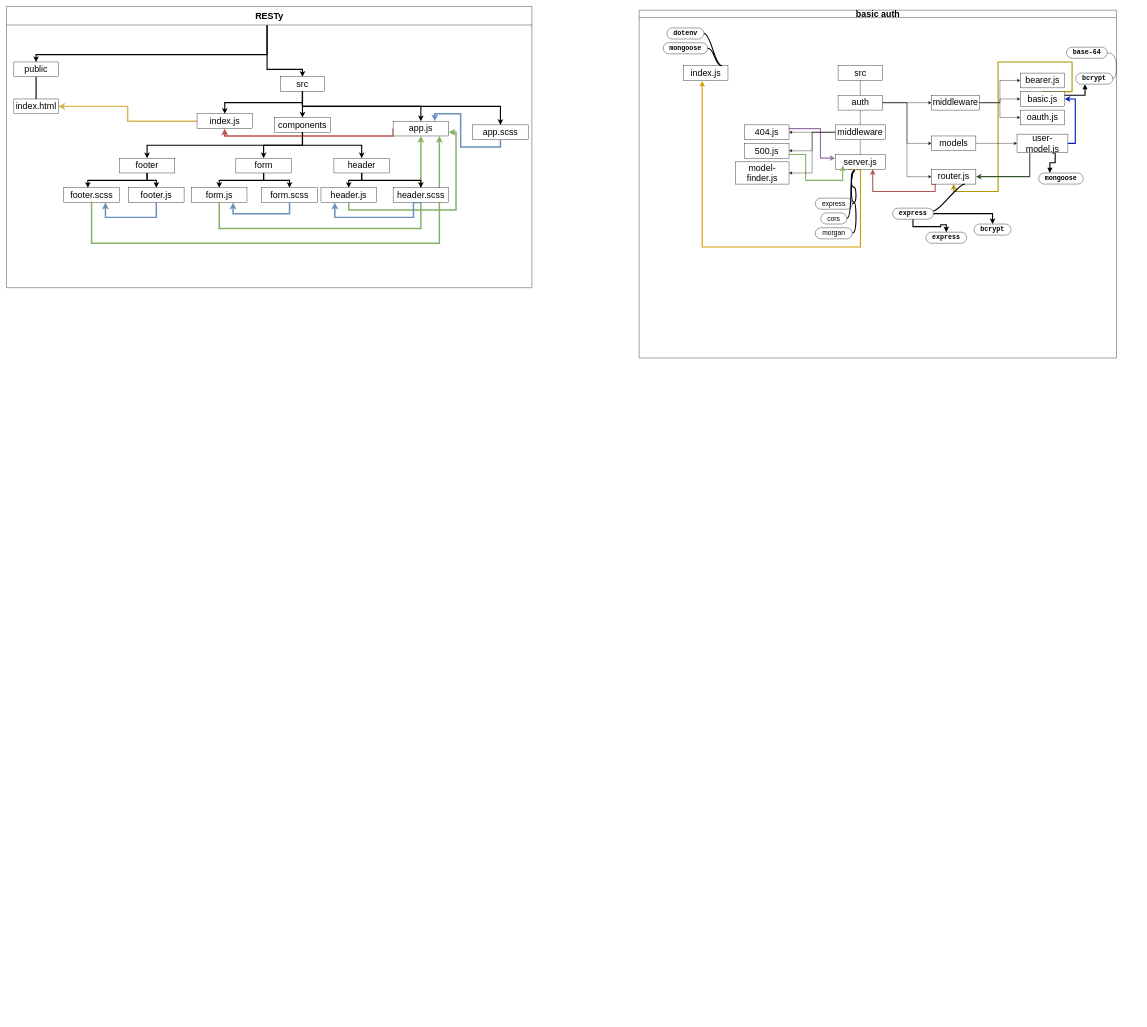
shadykh/uml keeps this draw.io diagram as page "Page-1" (1 of 11) of Untitled Diagram.drawio. Above is the earlier version. Source tidied: cells renumbered, new cells numbered last; positions are measured from the earlier drawing's top-left corner, leaving out a move shared by most shapes. Both pictures are drawn from the tidied source at 37%, with x=0, y=0 at pixel (6, 6).
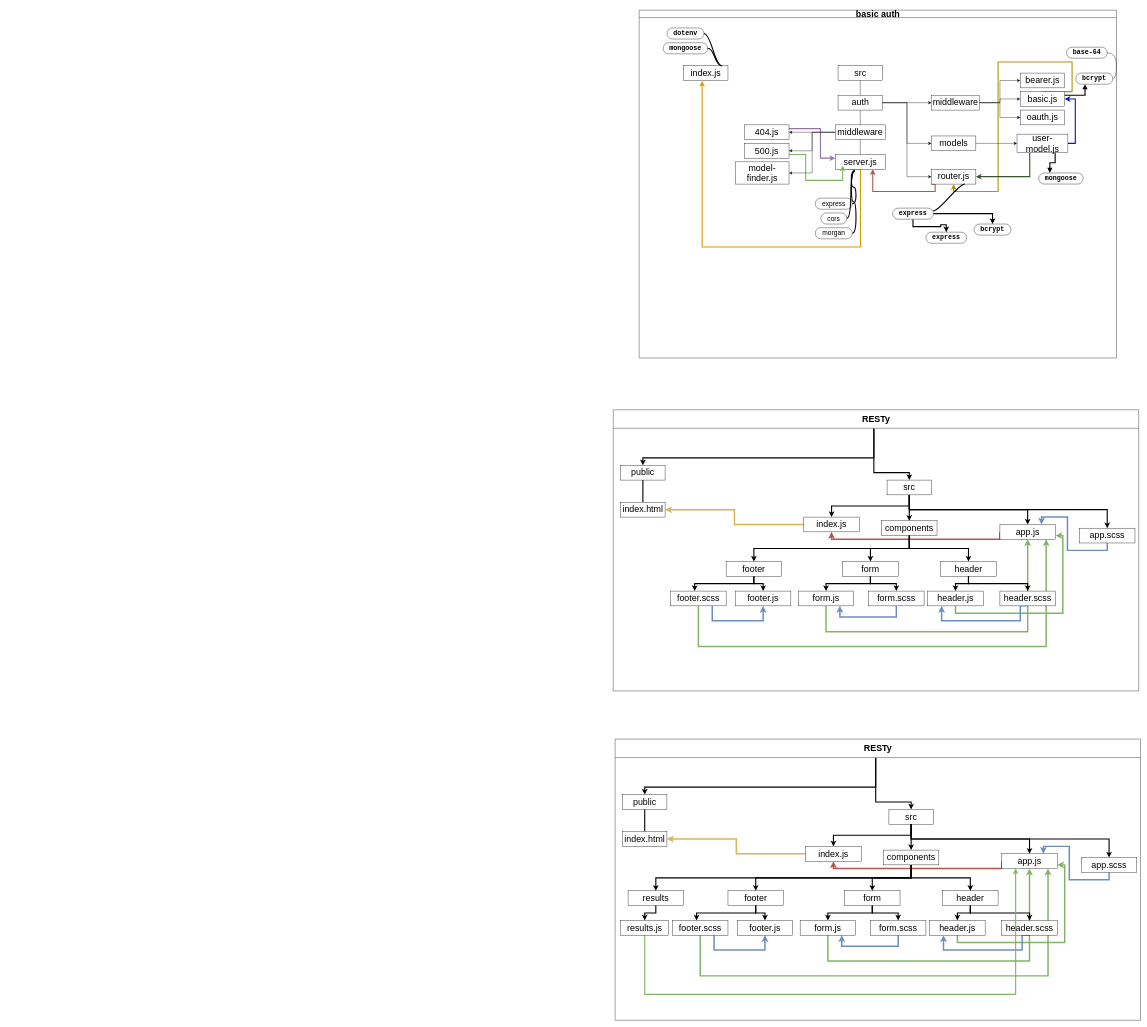
The same page after the edit.

Unchanged cells that the change refers to:
```xml
<mxCell id="94" value="&lt;span style=&quot;font-size: 24px&quot;&gt;footer.js&lt;/span&gt;" style="whiteSpace=wrap;html=1;newEdgeStyle={&quot;edgeStyle&quot;:&quot;elbowEdgeStyle&quot;,&quot;startArrow&quot;:&quot;none&quot;,&quot;endArrow&quot;:&quot;none&quot;};" parent="60" vertex="1">
  <mxGeometry x="330" y="490" width="150" height="40" as="geometry" />
</mxCell>
<mxCell id="96" value="&lt;span style=&quot;font-size: 24px&quot;&gt;footer.scss&lt;/span&gt;" style="whiteSpace=wrap;html=1;newEdgeStyle={&quot;edgeStyle&quot;:&quot;elbowEdgeStyle&quot;,&quot;startArrow&quot;:&quot;none&quot;,&quot;endArrow&quot;:&quot;none&quot;};" parent="60" vertex="1">
  <mxGeometry x="155" y="490" width="150" height="40" as="geometry" />
</mxCell>
```

The edit, as a diff of the source:
```diff
@@
     <mxCell id="60" value="&lt;span style=&quot;font-size: 24px&quot;&gt;RESTy&lt;/span&gt;" style="swimlane;html=1;startSize=50;horizontal=1;containerType=tree;" parent="1" vertex="1">
-      <mxGeometry width="1420" height="760" as="geometry" />
+      <mxGeometry x="1640" y="1090" width="1420" height="760" as="geometry" />
     </mxCell>
@@
-    <mxCell id="93" style="edgeStyle=orthogonalEdgeStyle;rounded=0;jettySize=auto;html=1;exitX=0.5;exitY=1;exitDx=0;exitDy=0;entryX=0.75;entryY=1;entryDx=0;entryDy=0;startArrow=none;startFill=0;endArrow=classic;endFill=1;strokeWidth=4;fillColor=#dae8fc;strokeColor=#6c8ebf;" parent="60" edge="1" source="94" target="96">
+    <mxCell id="93" style="edgeStyle=orthogonalEdgeStyle;rounded=0;jettySize=auto;html=1;exitX=0.5;exitY=1;exitDx=0;exitDy=0;entryX=0.75;entryY=1;entryDx=0;entryDy=0;startArrow=classic;startFill=1;endArrow=none;endFill=0;strokeWidth=4;fillColor=#dae8fc;strokeColor=#6c8ebf;" parent="60" edge="1" source="94" target="96">
       <mxGeometry relative="1" as="geometry">
         <Array as="points">
           <mxPoint x="405" y="570" />
           <mxPoint x="268" y="570" />
         </Array>
       </mxGeometry>
     </mxCell>
@@
+    <mxCell id="102" value="&lt;span style=&quot;font-size: 24px&quot;&gt;RESTy&lt;/span&gt;" style="swimlane;html=1;startSize=50;horizontal=1;containerType=tree;" parent="1" vertex="1">
+      <mxGeometry x="1645" y="1980" width="1420" height="760" as="geometry" />
+    </mxCell>
+    <mxCell id="103" style="edgeStyle=orthogonalEdgeStyle;rounded=0;jettySize=auto;html=1;exitX=0.5;exitY=1;exitDx=0;exitDy=0;startArrow=none;startFill=0;endArrow=classic;endFill=1;strokeWidth=4;fillColor=#d5e8d4;strokeColor=#82b366;entryX=0.833;entryY=1;entryDx=0;entryDy=0;entryPerimeter=0;" parent="102" edge="1" source="138" target="113">
+      <mxGeometry relative="1" as="geometry">
+        <Array as="points">
+          <mxPoint x="230" y="640" />
+          <mxPoint x="1170" y="640" />
+        </Array>
+      </mxGeometry>
+    </mxCell>
+    <mxCell id="104" style="edgeStyle=orthogonalEdgeStyle;rounded=0;jettySize=auto;html=1;exitX=0.5;exitY=1;exitDx=0;exitDy=0;startArrow=none;startFill=0;endArrow=classic;endFill=1;strokeWidth=4;fillColor=#d5e8d4;strokeColor=#82b366;entryX=0.5;entryY=1;entryDx=0;entryDy=0;" parent="102" edge="1" source="133" target="113">
+      <mxGeometry relative="1" as="geometry">
+        <Array as="points">
+          <mxPoint x="575" y="600" />
+          <mxPoint x="1120" y="600" />
+        </Array>
+      </mxGeometry>
+    </mxCell>
+    <mxCell id="105" style="edgeStyle=orthogonalEdgeStyle;rounded=0;jettySize=auto;html=1;exitX=0.5;exitY=0;exitDx=0;exitDy=0;entryX=0.496;entryY=0.066;entryDx=0;entryDy=0;entryPerimeter=0;startArrow=classic;startFill=1;endArrow=none;endFill=0;strokeWidth=3;" parent="102" edge="1" source="106" target="102">
+      <mxGeometry relative="1" as="geometry" />
+    </mxCell>
+    <mxCell id="106" value="&lt;font style=&quot;font-size: 24px&quot;&gt;public&lt;/font&gt;" style="whiteSpace=wrap;html=1;newEdgeStyle={&quot;edgeStyle&quot;:&quot;elbowEdgeStyle&quot;,&quot;startArrow&quot;:&quot;none&quot;,&quot;endArrow&quot;:&quot;none&quot;};" parent="102" vertex="1">
+      <mxGeometry x="20" y="150" width="120" height="40" as="geometry" />
+    </mxCell>
+    <mxCell id="107" style="edgeStyle=orthogonalEdgeStyle;rounded=0;jettySize=auto;html=1;exitX=0.5;exitY=0;exitDx=0;exitDy=0;entryX=0.496;entryY=0.068;entryDx=0;entryDy=0;entryPerimeter=0;startArrow=classic;startFill=1;endArrow=none;endFill=0;strokeWidth=3;" parent="102" edge="1" source="108" target="102">
+      <mxGeometry relative="1" as="geometry" />
+    </mxCell>
+    <mxCell id="108" value="&lt;span style=&quot;font-size: 24px&quot;&gt;src&lt;/span&gt;" style="whiteSpace=wrap;html=1;newEdgeStyle={&quot;edgeStyle&quot;:&quot;elbowEdgeStyle&quot;,&quot;startArrow&quot;:&quot;none&quot;,&quot;endArrow&quot;:&quot;none&quot;};" parent="102" vertex="1">
+      <mxGeometry x="740" y="190" width="120" height="40" as="geometry" />
+    </mxCell>
+    <mxCell id="109" style="edgeStyle=elbowEdgeStyle;rounded=0;jettySize=auto;html=1;elbow=vertical;startArrow=none;endArrow=classic;strokeWidth=3;endFill=1;" parent="102" edge="1" source="108" target="110">
+      <mxGeometry relative="1" as="geometry" />
+    </mxCell>
+    <mxCell id="110" value="&lt;span style=&quot;font-size: 24px&quot;&gt;components&lt;/span&gt;" style="whiteSpace=wrap;html=1;newEdgeStyle={&quot;edgeStyle&quot;:&quot;elbowEdgeStyle&quot;,&quot;startArrow&quot;:&quot;none&quot;,&quot;endArrow&quot;:&quot;none&quot;};" parent="102" vertex="1">
+      <mxGeometry x="725" y="300" width="150" height="40" as="geometry" />
+    </mxCell>
+    <mxCell id="111" style="edgeStyle=elbowEdgeStyle;rounded=0;jettySize=auto;html=1;elbow=vertical;startArrow=none;endArrow=classic;strokeWidth=3;endFill=1;" parent="102" edge="1" source="108" target="113">
+      <mxGeometry relative="1" as="geometry" />
+    </mxCell>
+    <mxCell id="112" style="edgeStyle=orthogonalEdgeStyle;rounded=0;jettySize=auto;html=1;exitX=0;exitY=0.5;exitDx=0;exitDy=0;entryX=0.5;entryY=1;entryDx=0;entryDy=0;startArrow=none;startFill=0;endArrow=classic;endFill=1;strokeWidth=4;fillColor=#f8cecc;strokeColor=#b85450;" parent="102" edge="1" source="113" target="116">
+      <mxGeometry relative="1" as="geometry">
+        <Array as="points">
+          <mxPoint x="1045" y="350" />
+          <mxPoint x="590" y="350" />
+        </Array>
+      </mxGeometry>
+    </mxCell>
+    <mxCell id="113" value="&lt;span style=&quot;font-size: 24px&quot;&gt;app.js&lt;/span&gt;" style="whiteSpace=wrap;html=1;newEdgeStyle={&quot;edgeStyle&quot;:&quot;elbowEdgeStyle&quot;,&quot;startArrow&quot;:&quot;none&quot;,&quot;endArrow&quot;:&quot;none&quot;};" parent="102" vertex="1">
+      <mxGeometry x="1045" y="310" width="150" height="40" as="geometry" />
+    </mxCell>
+    <mxCell id="114" style="edgeStyle=elbowEdgeStyle;rounded=0;jettySize=auto;html=1;elbow=vertical;startArrow=none;endArrow=classic;strokeWidth=3;endFill=1;" parent="102" edge="1" source="108" target="116">
+      <mxGeometry relative="1" as="geometry" />
+    </mxCell>
+    <mxCell id="115" style="edgeStyle=orthogonalEdgeStyle;rounded=0;jettySize=auto;html=1;exitX=0;exitY=0.5;exitDx=0;exitDy=0;entryX=1;entryY=0.5;entryDx=0;entryDy=0;startArrow=none;startFill=0;endArrow=classic;endFill=1;strokeWidth=4;fillColor=#fff2cc;strokeColor=#d6b656;" parent="102" edge="1" source="116" target="140">
+      <mxGeometry relative="1" as="geometry" />
+    </mxCell>
+    <mxCell id="116" value="&lt;span style=&quot;font-size: 24px&quot;&gt;index.js&lt;/span&gt;" style="whiteSpace=wrap;html=1;newEdgeStyle={&quot;edgeStyle&quot;:&quot;elbowEdgeStyle&quot;,&quot;startArrow&quot;:&quot;none&quot;,&quot;endArrow&quot;:&quot;none&quot;};" parent="102" vertex="1">
+      <mxGeometry x="515" y="290" width="150" height="40" as="geometry" />
+    </mxCell>
+    <mxCell id="117" style="edgeStyle=elbowEdgeStyle;rounded=0;jettySize=auto;html=1;elbow=vertical;startArrow=none;endArrow=classic;strokeWidth=3;endFill=1;" parent="102" edge="1" source="110" target="118">
+      <mxGeometry relative="1" as="geometry" />
+    </mxCell>
+    <mxCell id="118" value="&lt;span style=&quot;font-size: 24px&quot;&gt;form&lt;/span&gt;" style="whiteSpace=wrap;html=1;newEdgeStyle={&quot;edgeStyle&quot;:&quot;elbowEdgeStyle&quot;,&quot;startArrow&quot;:&quot;none&quot;,&quot;endArrow&quot;:&quot;none&quot;};" parent="102" vertex="1">
+      <mxGeometry x="620" y="410" width="150" height="40" as="geometry" />
+    </mxCell>
+    <mxCell id="119" style="edgeStyle=elbowEdgeStyle;rounded=0;jettySize=auto;html=1;elbow=vertical;startArrow=none;endArrow=classic;strokeWidth=3;endFill=1;" parent="102" edge="1" source="110" target="120">
+      <mxGeometry relative="1" as="geometry" />
+    </mxCell>
+    <mxCell id="120" value="&lt;span style=&quot;font-size: 24px&quot;&gt;header&lt;/span&gt;" style="whiteSpace=wrap;html=1;newEdgeStyle={&quot;edgeStyle&quot;:&quot;elbowEdgeStyle&quot;,&quot;startArrow&quot;:&quot;none&quot;,&quot;endArrow&quot;:&quot;none&quot;};" parent="102" vertex="1">
+      <mxGeometry x="885" y="410" width="150" height="40" as="geometry" />
+    </mxCell>
+    <mxCell id="121" style="edgeStyle=elbowEdgeStyle;rounded=0;jettySize=auto;html=1;elbow=vertical;startArrow=none;endArrow=classic;strokeWidth=3;endFill=1;" parent="102" edge="1" source="110" target="122">
+      <mxGeometry relative="1" as="geometry" />
+    </mxCell>
+    <mxCell id="122" value="&lt;span style=&quot;font-size: 24px&quot;&gt;footer&lt;/span&gt;" style="whiteSpace=wrap;html=1;newEdgeStyle={&quot;edgeStyle&quot;:&quot;elbowEdgeStyle&quot;,&quot;startArrow&quot;:&quot;none&quot;,&quot;endArrow&quot;:&quot;none&quot;};" parent="102" vertex="1">
+      <mxGeometry x="305" y="410" width="150" height="40" as="geometry" />
+    </mxCell>
+    <mxCell id="123" style="edgeStyle=elbowEdgeStyle;rounded=0;jettySize=auto;html=1;elbow=vertical;startArrow=none;endArrow=classic;strokeWidth=3;endFill=1;" parent="102" edge="1" source="120" target="125">
+      <mxGeometry relative="1" as="geometry" />
+    </mxCell>
+    <mxCell id="124" style="edgeStyle=orthogonalEdgeStyle;rounded=0;jettySize=auto;html=1;exitX=0.5;exitY=1;exitDx=0;exitDy=0;startArrow=none;startFill=0;endArrow=classic;endFill=1;strokeWidth=4;fillColor=#d5e8d4;strokeColor=#82b366;entryX=1;entryY=0.75;entryDx=0;entryDy=0;" parent="102" edge="1" source="125" target="113">
+      <mxGeometry relative="1" as="geometry" />
+    </mxCell>
+    <mxCell id="125" value="&lt;span style=&quot;font-size: 24px&quot;&gt;header.js&lt;/span&gt;" style="whiteSpace=wrap;html=1;newEdgeStyle={&quot;edgeStyle&quot;:&quot;elbowEdgeStyle&quot;,&quot;startArrow&quot;:&quot;none&quot;,&quot;endArrow&quot;:&quot;none&quot;};" parent="102" vertex="1">
+      <mxGeometry x="850" y="490" width="150" height="40" as="geometry" />
+    </mxCell>
+    <mxCell id="126" style="edgeStyle=elbowEdgeStyle;rounded=0;jettySize=auto;html=1;elbow=vertical;startArrow=none;endArrow=classic;strokeWidth=3;endFill=1;" parent="102" edge="1" source="120" target="128">
+      <mxGeometry relative="1" as="geometry" />
+    </mxCell>
+    <mxCell id="127" style="edgeStyle=orthogonalEdgeStyle;rounded=0;jettySize=auto;html=1;exitX=0.5;exitY=1;exitDx=0;exitDy=0;entryX=0.25;entryY=1;entryDx=0;entryDy=0;startArrow=none;startFill=0;endArrow=classic;endFill=1;strokeWidth=4;fillColor=#dae8fc;strokeColor=#6c8ebf;" parent="102" edge="1" source="128" target="125">
+      <mxGeometry relative="1" as="geometry">
+        <Array as="points">
+          <mxPoint x="1100" y="530" />
+          <mxPoint x="1100" y="570" />
+          <mxPoint x="888" y="570" />
+        </Array>
+      </mxGeometry>
+    </mxCell>
+    <mxCell id="128" value="&lt;span style=&quot;font-size: 24px&quot;&gt;header.scss&lt;/span&gt;" style="whiteSpace=wrap;html=1;newEdgeStyle={&quot;edgeStyle&quot;:&quot;elbowEdgeStyle&quot;,&quot;startArrow&quot;:&quot;none&quot;,&quot;endArrow&quot;:&quot;none&quot;};" parent="102" vertex="1">
+      <mxGeometry x="1045" y="490" width="150" height="40" as="geometry" />
+    </mxCell>
+    <mxCell id="129" style="edgeStyle=elbowEdgeStyle;rounded=0;jettySize=auto;html=1;elbow=vertical;startArrow=none;endArrow=classic;strokeWidth=3;endFill=1;" parent="102" edge="1" source="118" target="131">
+      <mxGeometry relative="1" as="geometry" />
+    </mxCell>
+    <mxCell id="130" style="edgeStyle=orthogonalEdgeStyle;rounded=0;jettySize=auto;html=1;exitX=0.5;exitY=1;exitDx=0;exitDy=0;entryX=0.75;entryY=1;entryDx=0;entryDy=0;startArrow=none;startFill=0;endArrow=classic;endFill=1;strokeWidth=4;fillColor=#dae8fc;strokeColor=#6c8ebf;" parent="102" edge="1" source="131" target="133">
+      <mxGeometry relative="1" as="geometry">
+        <Array as="points">
+          <mxPoint x="765" y="560" />
+          <mxPoint x="613" y="560" />
+        </Array>
+      </mxGeometry>
+    </mxCell>
+    <mxCell id="131" value="&lt;span style=&quot;font-size: 24px&quot;&gt;form.scss&lt;/span&gt;" style="whiteSpace=wrap;html=1;newEdgeStyle={&quot;edgeStyle&quot;:&quot;elbowEdgeStyle&quot;,&quot;startArrow&quot;:&quot;none&quot;,&quot;endArrow&quot;:&quot;none&quot;};" parent="102" vertex="1">
+      <mxGeometry x="690" y="490" width="150" height="40" as="geometry" />
+    </mxCell>
+    <mxCell id="132" style="edgeStyle=elbowEdgeStyle;rounded=0;jettySize=auto;html=1;elbow=vertical;startArrow=none;endArrow=classic;strokeWidth=3;endFill=1;" parent="102" edge="1" source="118" target="133">
+      <mxGeometry relative="1" as="geometry" />
+    </mxCell>
+    <mxCell id="133" value="&lt;span style=&quot;font-size: 24px&quot;&gt;form.js&lt;/span&gt;" style="whiteSpace=wrap;html=1;newEdgeStyle={&quot;edgeStyle&quot;:&quot;elbowEdgeStyle&quot;,&quot;startArrow&quot;:&quot;none&quot;,&quot;endArrow&quot;:&quot;none&quot;};" parent="102" vertex="1">
+      <mxGeometry x="500" y="490" width="150" height="40" as="geometry" />
+    </mxCell>
+    <mxCell id="134" style="edgeStyle=elbowEdgeStyle;rounded=0;jettySize=auto;html=1;elbow=vertical;startArrow=none;endArrow=classic;strokeWidth=3;endFill=1;" parent="102" edge="1" source="122" target="136">
+      <mxGeometry relative="1" as="geometry" />
+    </mxCell>
+    <mxCell id="135" style="edgeStyle=orthogonalEdgeStyle;rounded=0;jettySize=auto;html=1;exitX=0.5;exitY=1;exitDx=0;exitDy=0;entryX=0.75;entryY=1;entryDx=0;entryDy=0;startArrow=classic;startFill=1;endArrow=none;endFill=0;strokeWidth=4;fillColor=#dae8fc;strokeColor=#6c8ebf;" parent="102" edge="1" source="136" target="138">
+      <mxGeometry relative="1" as="geometry">
+        <Array as="points">
+          <mxPoint x="405" y="570" />
+          <mxPoint x="268" y="570" />
+        </Array>
+      </mxGeometry>
+    </mxCell>
+    <mxCell id="136" value="&lt;span style=&quot;font-size: 24px&quot;&gt;footer.js&lt;/span&gt;" style="whiteSpace=wrap;html=1;newEdgeStyle={&quot;edgeStyle&quot;:&quot;elbowEdgeStyle&quot;,&quot;startArrow&quot;:&quot;none&quot;,&quot;endArrow&quot;:&quot;none&quot;};" parent="102" vertex="1">
+      <mxGeometry x="330" y="490" width="150" height="40" as="geometry" />
+    </mxCell>
+    <mxCell id="137" style="edgeStyle=elbowEdgeStyle;rounded=0;jettySize=auto;html=1;elbow=vertical;startArrow=none;endArrow=classic;strokeWidth=3;endFill=1;" parent="102" edge="1" source="122">
+      <mxGeometry relative="1" as="geometry">
+        <mxPoint x="220" y="490" as="targetPoint" />
+      </mxGeometry>
+    </mxCell>
+    <mxCell id="138" value="&lt;span style=&quot;font-size: 24px&quot;&gt;footer.scss&lt;/span&gt;" style="whiteSpace=wrap;html=1;newEdgeStyle={&quot;edgeStyle&quot;:&quot;elbowEdgeStyle&quot;,&quot;startArrow&quot;:&quot;none&quot;,&quot;endArrow&quot;:&quot;none&quot;};" parent="102" vertex="1">
+      <mxGeometry x="155" y="490" width="150" height="40" as="geometry" />
+    </mxCell>
+    <mxCell id="139" style="edgeStyle=elbowEdgeStyle;rounded=0;jettySize=auto;html=1;elbow=vertical;startArrow=none;endArrow=none;strokeWidth=3;" parent="102" edge="1" source="106" target="140">
+      <mxGeometry relative="1" as="geometry" />
+    </mxCell>
+    <mxCell id="140" value="&lt;font style=&quot;font-size: 24px&quot;&gt;index.html&lt;/font&gt;" style="whiteSpace=wrap;html=1;newEdgeStyle={&quot;edgeStyle&quot;:&quot;elbowEdgeStyle&quot;,&quot;startArrow&quot;:&quot;none&quot;,&quot;endArrow&quot;:&quot;none&quot;};" parent="102" vertex="1">
+      <mxGeometry x="20" y="250" width="120" height="40" as="geometry" />
+    </mxCell>
+    <mxCell id="141" style="edgeStyle=elbowEdgeStyle;rounded=0;jettySize=auto;html=1;elbow=vertical;startArrow=none;endArrow=classic;strokeWidth=3;endFill=1;" parent="102" edge="1" source="108" target="143">
+      <mxGeometry relative="1" as="geometry">
+        <Array as="points">
+          <mxPoint x="1250" y="270" />
+        </Array>
+      </mxGeometry>
+    </mxCell>
+    <mxCell id="142" style="edgeStyle=orthogonalEdgeStyle;rounded=0;jettySize=auto;html=1;exitX=0.5;exitY=1;exitDx=0;exitDy=0;entryX=0.75;entryY=0;entryDx=0;entryDy=0;startArrow=none;startFill=0;endArrow=classic;endFill=1;strokeWidth=4;fillColor=#dae8fc;strokeColor=#6c8ebf;" parent="102" edge="1" source="143" target="113">
+      <mxGeometry relative="1" as="geometry" />
+    </mxCell>
+    <mxCell id="143" value="&lt;span style=&quot;font-size: 24px&quot;&gt;app.scss&lt;/span&gt;" style="whiteSpace=wrap;html=1;newEdgeStyle={&quot;edgeStyle&quot;:&quot;elbowEdgeStyle&quot;,&quot;startArrow&quot;:&quot;none&quot;,&quot;endArrow&quot;:&quot;none&quot;};" parent="102" vertex="1">
+      <mxGeometry x="1260" y="320" width="150" height="40" as="geometry" />
+    </mxCell>
+    <mxCell id="144" style="edgeStyle=elbowEdgeStyle;rounded=0;jettySize=auto;html=1;elbow=vertical;startArrow=none;endArrow=classic;strokeWidth=3;endFill=1;" parent="102" edge="1" source="110" target="145">
+      <mxGeometry relative="1" as="geometry" />
+    </mxCell>
+    <mxCell id="145" value="&lt;span style=&quot;font-size: 24px&quot;&gt;results&lt;/span&gt;" style="whiteSpace=wrap;html=1;newEdgeStyle={&quot;edgeStyle&quot;:&quot;elbowEdgeStyle&quot;,&quot;startArrow&quot;:&quot;none&quot;,&quot;endArrow&quot;:&quot;none&quot;};" parent="102" vertex="1">
+      <mxGeometry x="35" y="410" width="150" height="40" as="geometry" />
+    </mxCell>
+    <mxCell id="146" style="edgeStyle=elbowEdgeStyle;rounded=0;jettySize=auto;html=1;elbow=vertical;startArrow=none;endArrow=classic;strokeWidth=3;endFill=1;" parent="102" edge="1" source="145" target="148">
+      <mxGeometry relative="1" as="geometry" />
+    </mxCell>
+    <mxCell id="147" style="edgeStyle=orthogonalEdgeStyle;rounded=0;jettySize=auto;html=1;exitX=0.5;exitY=1;exitDx=0;exitDy=0;entryX=0.25;entryY=1;entryDx=0;entryDy=0;startArrow=none;startFill=0;endArrow=classic;endFill=1;fillColor=#d5e8d4;strokeColor=#82b366;strokeWidth=3;" parent="102" edge="1" source="148" target="113">
+      <mxGeometry relative="1" as="geometry">
+        <Array as="points">
+          <mxPoint x="80" y="690" />
+          <mxPoint x="1083" y="690" />
+        </Array>
+      </mxGeometry>
+    </mxCell>
+    <mxCell id="148" value="&lt;span style=&quot;font-size: 24px&quot;&gt;results.js&lt;/span&gt;" style="whiteSpace=wrap;html=1;newEdgeStyle={&quot;edgeStyle&quot;:&quot;elbowEdgeStyle&quot;,&quot;startArrow&quot;:&quot;none&quot;,&quot;endArrow&quot;:&quot;none&quot;};" parent="102" vertex="1">
+      <mxGeometry x="15" y="490" width="130" height="40" as="geometry" />
+    </mxCell>
```
